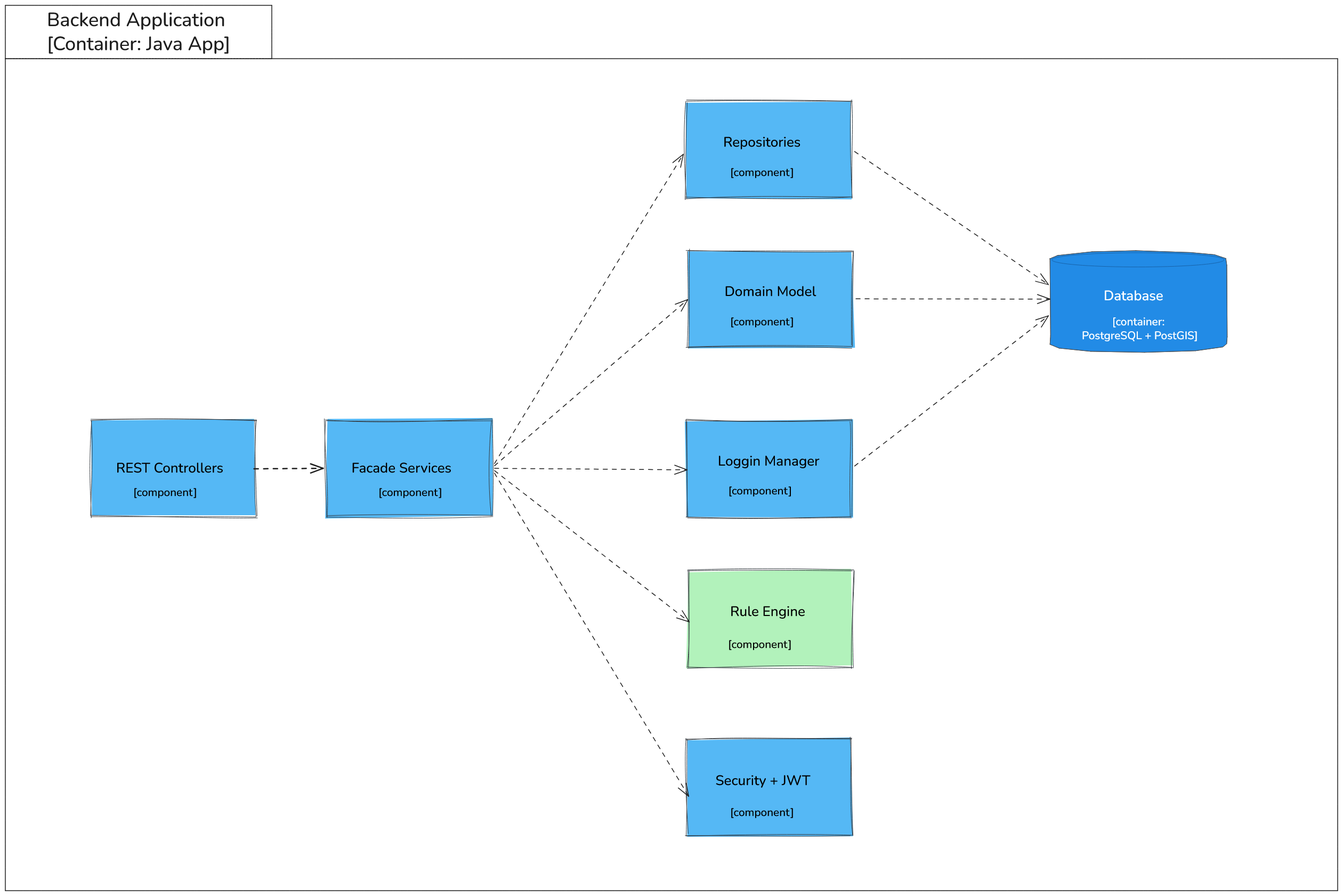
The Excalidraw diagram Docs/memoria/imaxes/c4/c4_container_backend.png in zenoma/emergency-management-app, before a commit. Source tidied: one line per element, renumbered; positions are measured from the earlier drawing's top-left corner, leaving out a move shared by most shapes.
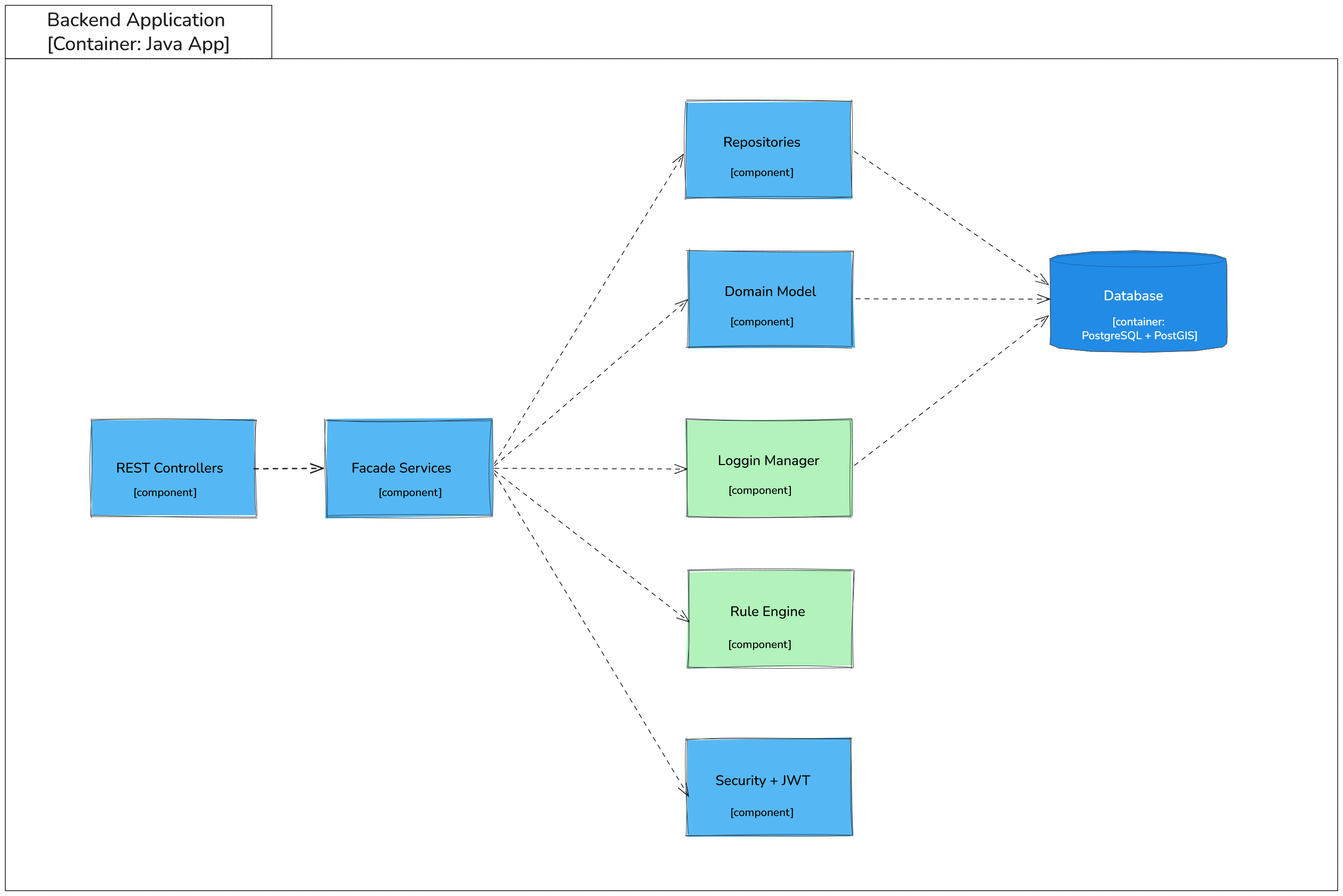
After the change.

Diff of the diagram source:
```diff
@@ -15,9 +15,9 @@
 {"id": 14, "type": "rectangle", "strokeColor": "#343a40", "backgroundColor": "#b2f2bb", "fillStyle": "solid", "strokeWidth": 1, "roughness": 2, "x": 1280, "y": 1060, "width": 311, "height": 181}
 {"id": 15, "type": "text", "text": "Rule Engine", "strokeColor": "#000000", "backgroundColor": "#b2f2bb", "fillStyle": "solid", "strokeWidth": 1, "roughness": 1, "fontSize": 25.99, "fontFamily": 6, "x": 1360, "y": 1120, "width": 141, "height": 32}
 {"id": 16, "type": "text", "text": "[component]", "strokeColor": "#000000", "backgroundColor": "#b2f2bb", "fillStyle": "solid", "strokeWidth": 1, "roughness": 1, "fontSize": 20.79, "fontFamily": 6, "textAlign": "center", "x": 1356, "y": 1185, "width": 120, "height": 26}
-{"id": 17, "type": "rectangle", "strokeColor": "#343a40", "backgroundColor": "#55b8f5", "fillStyle": "solid", "strokeWidth": 1, "roughness": 2, "x": 1278, "y": 778, "width": 311, "height": 181}
+{"id": 17, "type": "rectangle", "strokeColor": "#343a40", "backgroundColor": "#b2f2bb", "fillStyle": "solid", "strokeWidth": 1, "roughness": 2, "x": 1278, "y": 776, "width": 311, "height": 181}
-{"id": 18, "type": "text", "text": "Loggin Manager", "strokeColor": "#000000", "backgroundColor": "#55b8f5", "fillStyle": "solid", "strokeWidth": 1, "roughness": 1, "fontSize": 25.99, "fontFamily": 6, "x": 1337, "y": 838, "width": 191, "height": 32}
+{"id": 18, "type": "text", "text": "Loggin Manager", "strokeColor": "#000000", "backgroundColor": "#b2f2bb", "fillStyle": "solid", "strokeWidth": 1, "roughness": 1, "fontSize": 25.99, "fontFamily": 6, "x": 1337, "y": 837, "width": 191, "height": 32}
-{"id": 19, "type": "text", "text": "[component]", "strokeColor": "#000000", "backgroundColor": "#55b8f5", "fillStyle": "solid", "strokeWidth": 1, "roughness": 1, "fontSize": 20.79, "fontFamily": 6, "textAlign": "center", "x": 1356, "y": 897, "width": 120, "height": 26}
+{"id": 19, "type": "text", "text": "[component]", "strokeColor": "#000000", "backgroundColor": "#b2f2bb", "fillStyle": "solid", "strokeWidth": 1, "roughness": 1, "fontSize": 20.79, "fontFamily": 6, "textAlign": "center", "x": 1356, "y": 896, "width": 120, "height": 26}
 {"id": 20, "type": "rectangle", "strokeColor": "#343a40", "backgroundColor": "#55b8f5", "fillStyle": "solid", "strokeWidth": 1, "roughness": 2, "x": 160, "y": 778, "width": 311, "height": 181}
 {"id": 21, "type": "text", "text": "REST Controllers", "strokeColor": "#000000", "backgroundColor": "#55b8f5", "fillStyle": "solid", "strokeWidth": 1, "roughness": 1, "fontSize": 25.99, "fontFamily": 6, "x": 208, "y": 851, "width": 201, "height": 32}
 {"id": 22, "type": "text", "text": "[component]", "strokeColor": "#000000", "backgroundColor": "#55b8f5", "fillStyle": "solid", "strokeWidth": 1, "roughness": 1, "fontSize": 20.79, "fontFamily": 6, "textAlign": "center", "x": 240, "y": 900, "width": 120, "height": 26}
@@ -27,11 +27,11 @@
 {"id": 26, "type": "arrow", "strokeColor": "#1e1e1e", "strokeWidth": 2, "strokeStyle": "dashed", "roughness": 0, "endArrowhead": "arrow", "from": 20, "to": 23, "x": 467, "y": 869, "width": 130, "height": 1, "points": [[0, 0], [130, -1]]}
 {"id": 27, "type": "arrow", "strokeColor": "#1e1e1e", "strokeWidth": 1, "strokeStyle": "dashed", "roughness": 0, "endArrowhead": "arrow", "from": 23, "to": 5, "x": 918, "y": 859, "width": 354, "height": 580, "points": [[0, 0], [354, -580]]}
 {"id": 28, "type": "arrow", "strokeColor": "#1e1e1e", "strokeWidth": 1, "strokeStyle": "dashed", "roughness": 0, "endArrowhead": "arrow", "from": 23, "to": 8, "x": 918, "y": 863, "width": 363, "height": 312, "points": [[0, 0], [363, -312]]}
-{"id": 29, "type": "arrow", "strokeColor": "#1e1e1e", "strokeWidth": 1, "strokeStyle": "dashed", "roughness": 0, "endArrowhead": "arrow", "from": 23, "to": 17, "x": 918, "y": 868, "width": 361, "height": 3, "points": [[0, 0], [361, 3]]}
+{"id": 29, "type": "arrow", "strokeColor": "#1e1e1e", "strokeWidth": 1, "strokeStyle": "dashed", "roughness": 0, "endArrowhead": "arrow", "from": 23, "to": 17, "x": 918, "y": 868, "width": 361, "height": 1, "points": [[0, 0], [361, 1]]}
 {"id": 30, "type": "arrow", "strokeColor": "#1e1e1e", "strokeWidth": 1, "strokeStyle": "dashed", "roughness": 0, "endArrowhead": "arrow", "from": 23, "to": 14, "x": 918, "y": 872, "width": 365, "height": 284, "points": [[0, 0], [365, 284]]}
 {"id": 31, "type": "arrow", "strokeColor": "#1e1e1e", "strokeWidth": 1, "strokeStyle": "dashed", "roughness": 0, "endArrowhead": "arrow", "from": 23, "to": 11, "x": 918, "y": 877, "width": 364, "height": 606, "points": [[0, 0], [364, 606]]}
 {"id": 32, "type": "arrow", "strokeColor": "#1e1e1e", "strokeWidth": 1, "strokeStyle": "dashed", "roughness": 0, "endArrowhead": "arrow", "from": 5, "to": 0, "x": 1594, "y": 274, "width": 364, "height": 250, "points": [[0, 0], [364, 250]]}
 {"id": 33, "type": "arrow", "strokeColor": "#1e1e1e", "strokeWidth": 1, "strokeStyle": "dashed", "roughness": 0, "endArrowhead": "arrow", "from": 8, "to": 0, "x": 1596, "y": 550, "width": 364, "height": 0, "points": [[0, 0], [364, 0]]}
-{"id": 34, "type": "arrow", "strokeColor": "#1e1e1e", "strokeWidth": 1, "strokeStyle": "dashed", "roughness": 0, "endArrowhead": "arrow", "from": 17, "to": 0, "x": 1594, "y": 864, "width": 364, "height": 282, "points": [[0, 0], [364, -282]]}
+{"id": 34, "type": "arrow", "strokeColor": "#1e1e1e", "strokeWidth": 1, "strokeStyle": "dashed", "roughness": 0, "endArrowhead": "arrow", "from": 17, "to": 0, "x": 1594, "y": 862, "width": 364, "height": 280, "points": [[0, 0], [364, -280]]}
 {"id": 35, "type": "rectangle", "strokeColor": "#1e1e1e", "backgroundColor": "#ffffff", "fillStyle": "cross-hatch", "strokeWidth": 1, "roughness": 0, "x": 0, "y": 0, "width": 500, "height": 100}
 {"id": 36, "type": "text", "text": "Backend Application \n[Container: Java App]", "strokeColor": "#1e1e1e", "backgroundColor": "#ffffff", "fillStyle": "cross-hatch", "strokeWidth": 1, "roughness": 0, "fontSize": 36, "fontFamily": 6, "textAlign": "center", "verticalAlign": "middle", "inside": 35, "x": 78, "y": 5, "width": 345, "height": 90}
```
